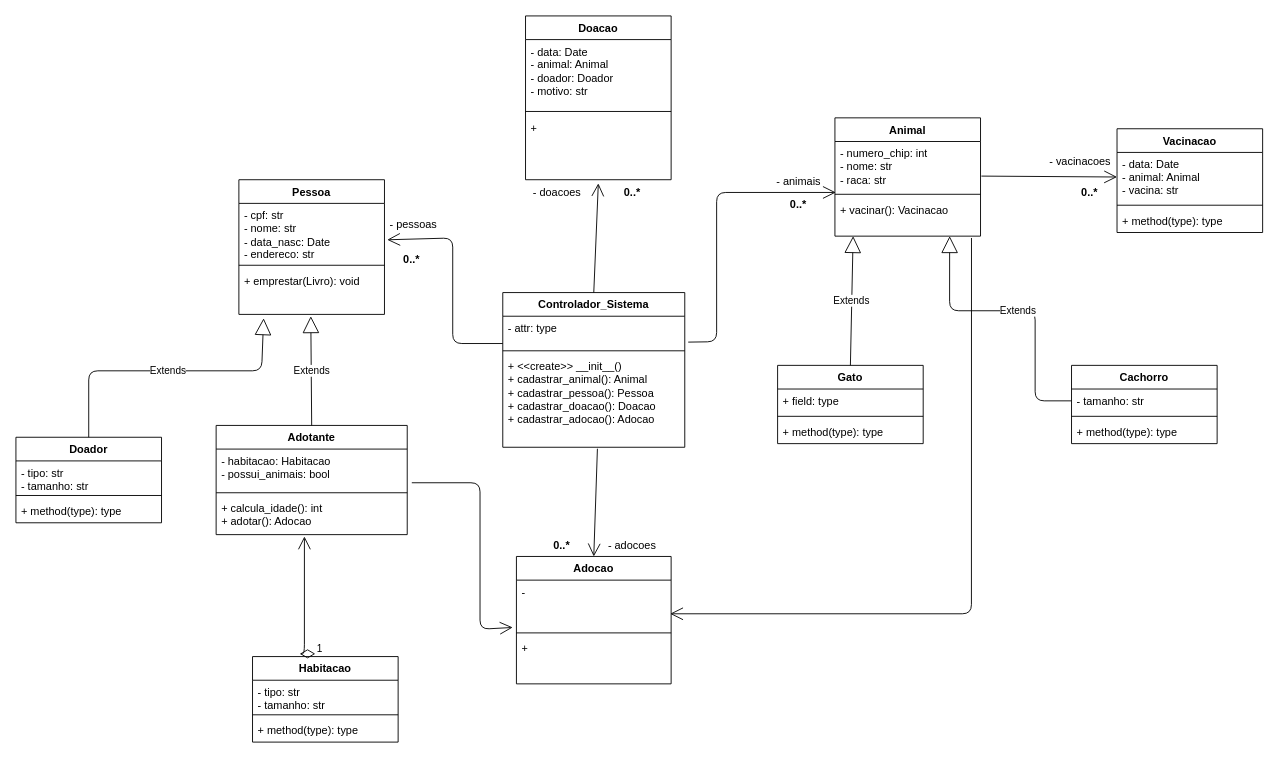
Above: AdoçõesONG(Classes).drawio in ChrisBarlera/Trabalho-DSOO1 (draw.io), before the change. Source tidied: cells renumbered, new cells numbered last; positions are measured from the earlier drawing's top-left corner, leaving out a move shared by most shapes. Both pictures are drawn from the tidied source at 91%, with x=0, y=0 at pixel (15, 15).
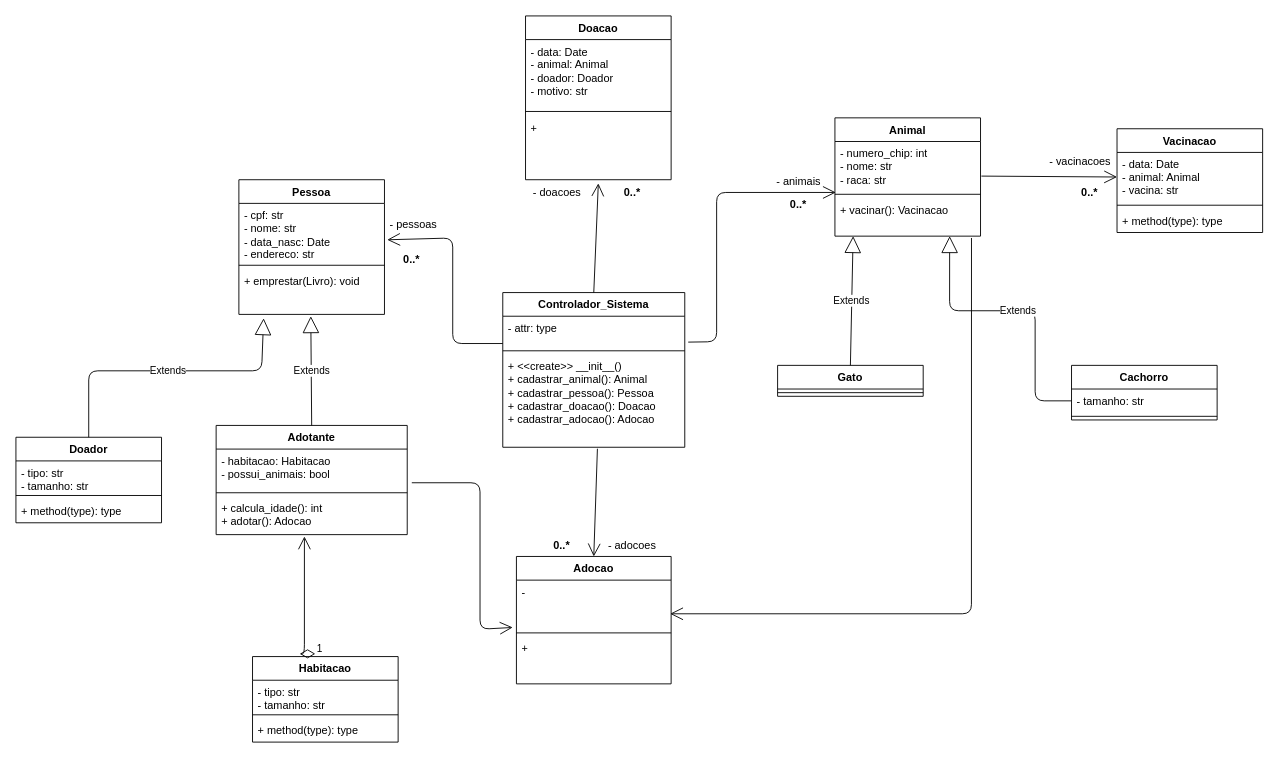
After the change.

Commit message (it also covers changes not shown here):
Atualização diagramas

Change to the diagram source:
```diff
@@
     <mxCell id="22" value="Gato" style="swimlane;fontStyle=1;align=center;verticalAlign=top;horizontal=1;startSize=26;" parent="1" vertex="1">
-      <mxGeometry x="837" y="384" width="160" height="86" as="geometry" />
+      <mxGeometry x="837" y="384" width="160" height="34" as="geometry" />
     </mxCell>
-    <mxCell id="23" value="+ field: type" style="text;strokeColor=none;fillColor=none;align=left;verticalAlign=top;spacingLeft=4;spacingRight=4;overflow=hidden;" parent="22" vertex="1">
-      <mxGeometry y="26" width="160" height="26" as="geometry" />
-    </mxCell>
     <mxCell id="24" style="line;strokeWidth=1;fillColor=none;align=left;verticalAlign=middle;spacingTop=-1;spacingLeft=3;spacingRight=3;labelPosition=right;strokeColor=inherit;" parent="22" vertex="1">
-      <mxGeometry y="52" width="160" height="8" as="geometry" />
+      <mxGeometry y="26" width="160" height="8" as="geometry" />
     </mxCell>
-    <mxCell id="25" value="+ method(type): type" style="text;strokeColor=none;fillColor=none;align=left;verticalAlign=top;spacingLeft=4;spacingRight=4;overflow=hidden;" parent="22" vertex="1">
-      <mxGeometry y="60" width="160" height="26" as="geometry" />
-    </mxCell>
     <mxCell id="26" value="Cachorro" style="swimlane;fontStyle=1;align=center;verticalAlign=top;horizontal=1;startSize=26;" parent="1" vertex="1">
-      <mxGeometry x="1160" y="384" width="160" height="86" as="geometry" />
+      <mxGeometry x="1160" y="384" width="160" height="60" as="geometry" />
     </mxCell>
@@
-    <mxCell id="29" value="+ method(type): type" style="text;strokeColor=none;fillColor=none;align=left;verticalAlign=top;spacingLeft=4;spacingRight=4;overflow=hidden;" parent="26" vertex="1">
-      <mxGeometry y="60" width="160" height="26" as="geometry" />
-    </mxCell>
```
